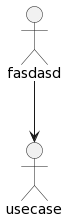
This is uml_converter/app/templates/puml.png from ashwinkrishna979/uml_generator, a PlantUML export, as it was before one commit.
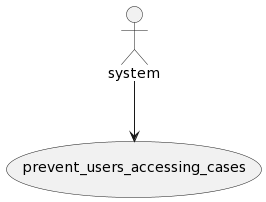
After the commit.

The edit, as a diff of the source:
```diff
@@ -1,5 +1,5 @@
 @startuml
-actor fasdasd as f0
-usecase  as u0
+actor system as f0
+usecase prevent_users_accessing_cases as u0
 f0 --> u0
 @enduml
```
